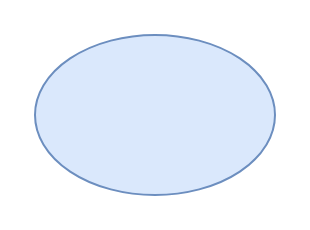
eastoncrafter/networkdiagram keeps this draw.io diagram as latitude.drawio. Above is the earlier version. Source tidied: cells renumbered, new cells numbered last; positions are measured from the earlier drawing's top-left corner, leaving out a move shared by most shapes. Both pictures are drawn from the tidied source at 200%, with x=0, y=0 at pixel (34, 34).
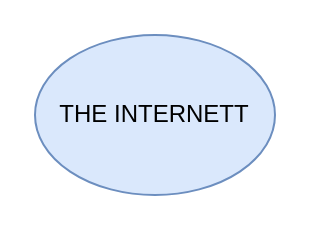
Above is the later version.

Change to the diagram source:
```diff
@@
 <mxGraphModel>
   <root>
     <mxCell id="0" />
     <mxCell id="1" parent="0" />
-    <mxCell id="2" style="ellipse;whiteSpace=wrap;html=1;fillColor=#dae8fc;strokeColor=#6c8ebf;" parent="1" vertex="1">
+    <mxCell id="2" value="THE INTERNETT" style="ellipse;whiteSpace=wrap;html=1;fillColor=#dae8fc;strokeColor=#6c8ebf;" parent="1" vertex="1">
       <mxGeometry width="120" height="80" as="geometry" />
     </mxCell>
   </root>
 </mxGraphModel>
```
